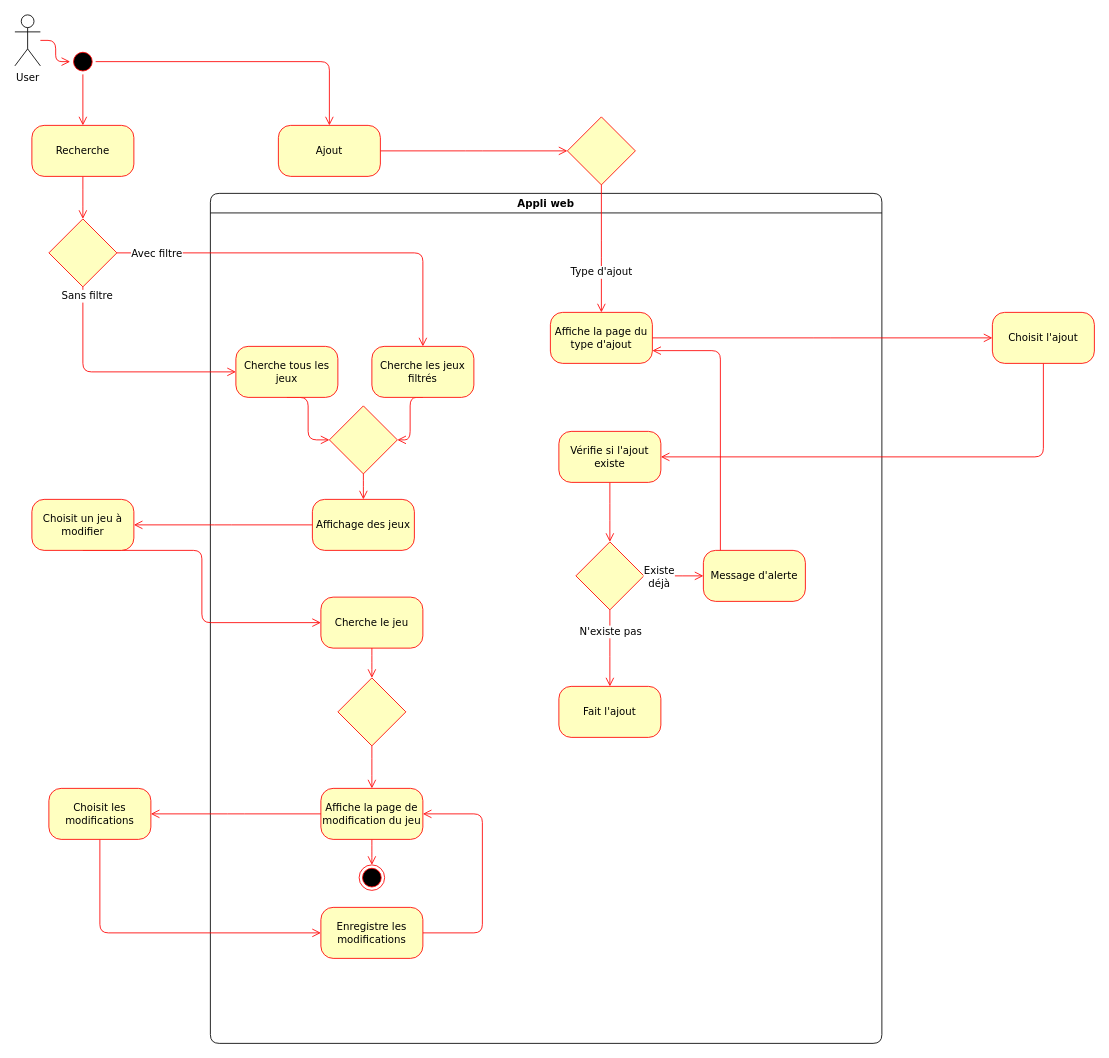
alainPrecioso/jeuxvideos keeps this draw.io diagram as diagrams/Diagramme d'activité.drawio. Above is the earlier version. Source tidied: cells renumbered, new cells numbered last; positions are measured from the earlier drawing's top-left corner, leaving out a move shared by most shapes. Both pictures are drawn from the tidied source at 85%, with x=0, y=0 at pixel (14, 14).
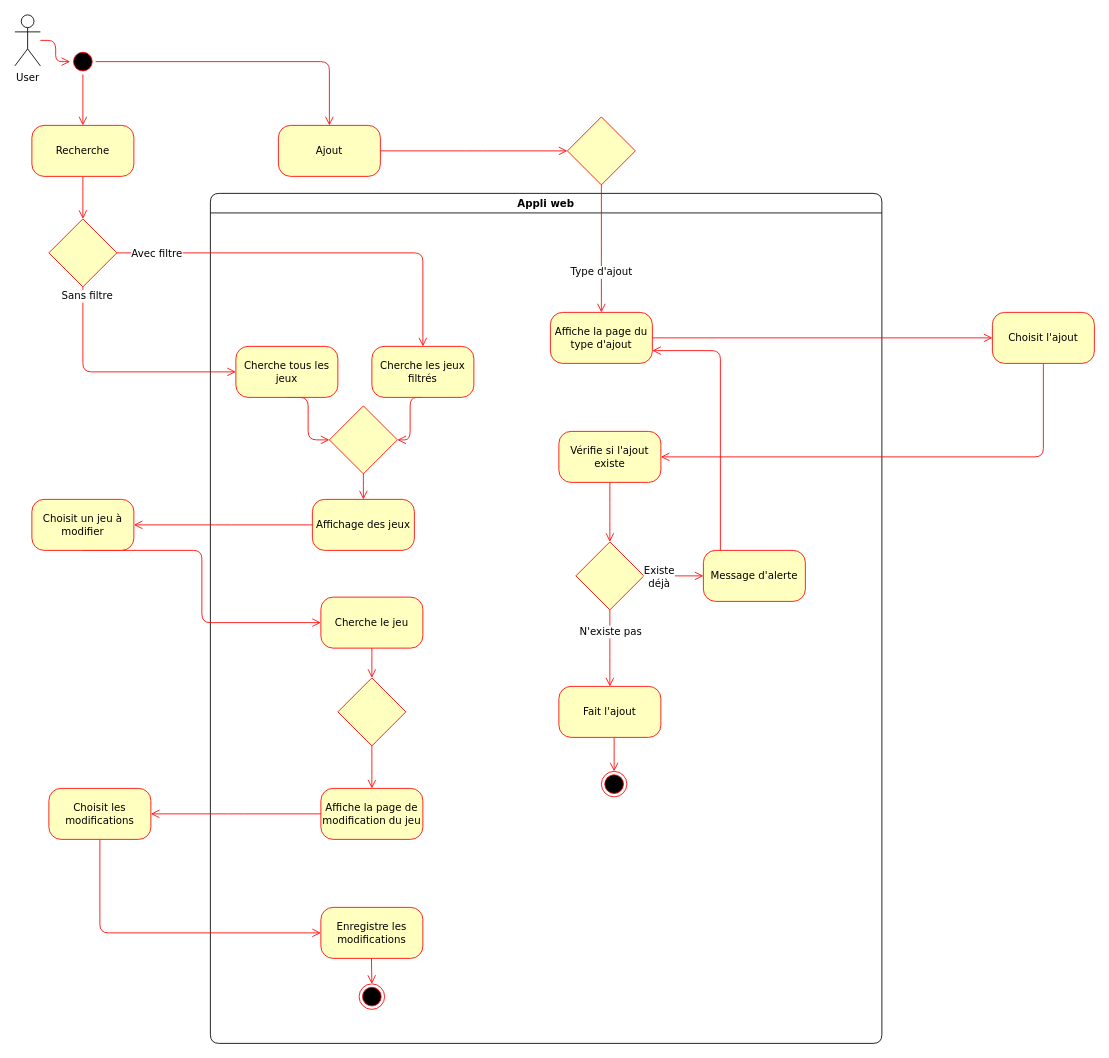
After the change.

The change refers to these unchanged cells:
```xml
<mxCell id="6" value="&lt;div&gt;Appli web&lt;/div&gt;" style="swimlane;whiteSpace=wrap;html=1;rounded=1;shadow=0;comic=0;labelBackgroundColor=none;strokeWidth=1;fontFamily=Verdana;fontSize=12;align=center;" parent="1" vertex="1">
  <mxGeometry x="230" y="210" width="790" height="1000" as="geometry" />
</mxCell>
<mxCell id="20" value="Affiche la page de modification du jeu" style="whiteSpace=wrap;html=1;fontFamily=Verdana;fillColor=#ffffc0;strokeColor=#ff0000;fontColor=#000000;rounded=1;arcSize=24;shadow=0;comic=0;labelBackgroundColor=none;" parent="6" vertex="1">
  <mxGeometry x="130" y="700" width="120" height="60" as="geometry" />
</mxCell>
<mxCell id="22" value="Enregistre les modifications" style="whiteSpace=wrap;html=1;fontFamily=Verdana;fillColor=#ffffc0;strokeColor=#ff0000;fontColor=#000000;rounded=1;arcSize=24;shadow=0;comic=0;labelBackgroundColor=none;" parent="6" vertex="1">
  <mxGeometry x="130" y="840" width="120" height="60" as="geometry" />
</mxCell>
<mxCell id="33" value="Fait l'ajout" style="whiteSpace=wrap;html=1;fontFamily=Verdana;fillColor=#ffffc0;strokeColor=#ff0000;fontColor=#000000;rounded=1;arcSize=24;shadow=0;comic=0;labelBackgroundColor=none;" parent="6" vertex="1">
  <mxGeometry x="410" y="580" width="120" height="60" as="geometry" />
</mxCell>
```

Change to the diagram source:
```diff
@@
-    <mxCell id="9" style="ellipse;html=1;shape=endState;fillColor=#000000;strokeColor=#ff0000;rounded=1;shadow=0;comic=0;labelBackgroundColor=none;fontFamily=Verdana;fontSize=12;fontColor=#000000;align=center;" parent="6" vertex="1">
-      <mxGeometry x="175" y="790" width="30" height="30" as="geometry" />
-    </mxCell>
@@
-    <mxCell id="19" style="edgeStyle=elbowEdgeStyle;shape=connector;rounded=1;jettySize=auto;html=1;entryX=0.5;entryY=0;entryDx=0;entryDy=0;labelBackgroundColor=none;fontFamily=Verdana;fontSize=12;fontColor=default;endArrow=open;endSize=8;strokeColor=#ff0000;" parent="6" edge="1" source="20" target="9">
-      <mxGeometry relative="1" as="geometry" />
-    </mxCell>
@@
-    <mxCell id="21" style="edgeStyle=elbowEdgeStyle;shape=connector;rounded=1;jettySize=auto;html=1;entryX=1;entryY=0.5;entryDx=0;entryDy=0;labelBackgroundColor=none;fontFamily=Verdana;fontSize=12;fontColor=default;endArrow=open;endSize=8;strokeColor=#ff0000;" parent="6" edge="1" source="22" target="20">
-      <mxGeometry relative="1" as="geometry">
-        <Array as="points">
-          <mxPoint x="320" y="790" />
-        </Array>
-      </mxGeometry>
-    </mxCell>
@@
+    <mxCell id="56" style="edgeStyle=elbowEdgeStyle;shape=connector;rounded=1;jettySize=auto;html=1;entryX=0.5;entryY=0;entryDx=0;entryDy=0;labelBackgroundColor=none;fontFamily=Verdana;fontSize=12;fontColor=default;endArrow=open;endSize=8;strokeColor=#ff0000;" parent="6" edge="1" source="33" target="57">
+      <mxGeometry relative="1" as="geometry" />
+    </mxCell>
@@
+    <mxCell id="57" style="ellipse;html=1;shape=endState;fillColor=#000000;strokeColor=#ff0000;rounded=1;shadow=0;comic=0;labelBackgroundColor=none;fontFamily=Verdana;fontSize=12;fontColor=#000000;align=center;" parent="6" vertex="1">
+      <mxGeometry x="460" y="680" width="30" height="30" as="geometry" />
+    </mxCell>
+    <mxCell id="58" style="edgeStyle=elbowEdgeStyle;shape=connector;rounded=1;jettySize=auto;html=1;entryX=0.5;entryY=0;entryDx=0;entryDy=0;labelBackgroundColor=none;fontFamily=Verdana;fontSize=12;fontColor=default;endArrow=open;endSize=8;strokeColor=#ff0000;" parent="6" edge="1" target="59">
+      <mxGeometry relative="1" as="geometry">
+        <mxPoint x="189.5" y="900" as="sourcePoint" />
+      </mxGeometry>
+    </mxCell>
+    <mxCell id="59" style="ellipse;html=1;shape=endState;fillColor=#000000;strokeColor=#ff0000;rounded=1;shadow=0;comic=0;labelBackgroundColor=none;fontFamily=Verdana;fontSize=12;fontColor=#000000;align=center;" parent="6" vertex="1">
+      <mxGeometry x="175" y="930" width="30" height="30" as="geometry" />
+    </mxCell>
```
